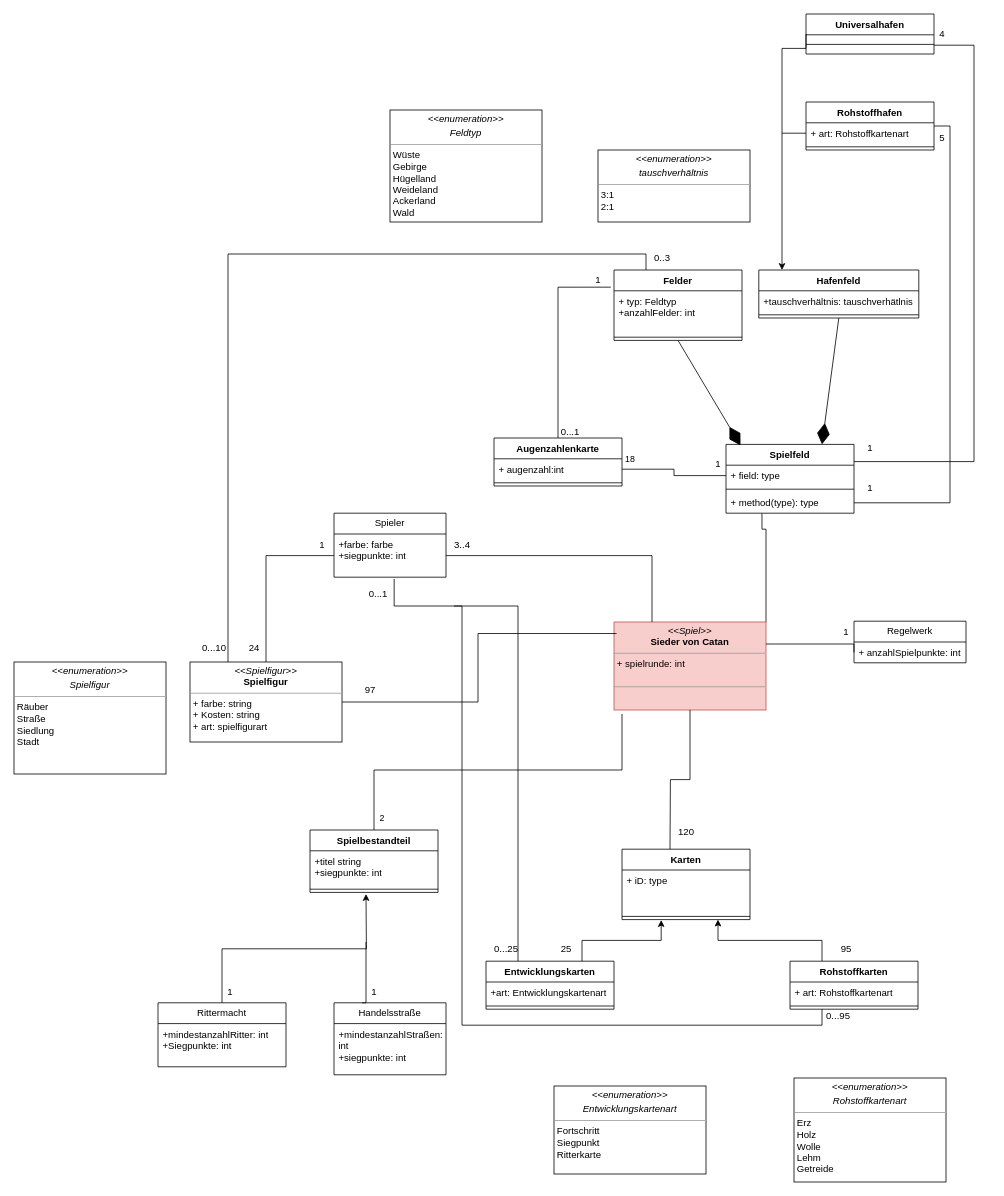
This is content/CLASS_DIAGRAM.drawio from picooo0001/die_siedler_von_catan, a draw.io file, before an edit. Source tidied: cells renumbered, new cells numbered last; positions are measured from the earlier drawing's top-left corner, leaving out a move shared by most shapes. Both pictures are drawn from the tidied source at 80%, with x=0, y=0 at pixel (14, 14).
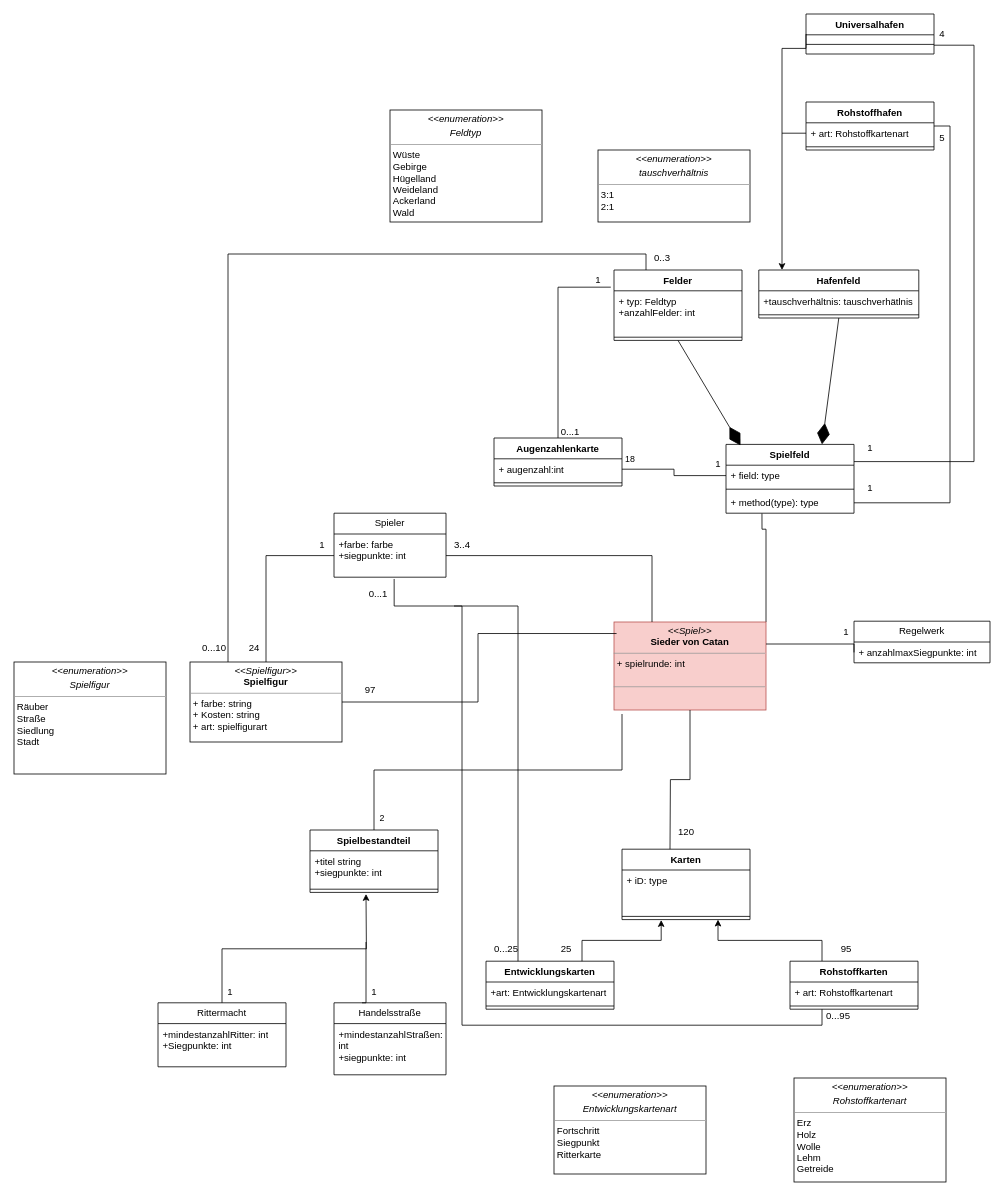
The same page after the edit.

Diff of the diagram source:
```diff
@@
     <mxCell id="67" value="Regelwerk" style="swimlane;fontStyle=0;horizontal=1;startSize=26;fillColor=none;whiteSpace=wrap;html=1;" parent="1" vertex="1">
-      <mxGeometry x="1050" y="759" width="140" height="52" as="geometry" />
+      <mxGeometry x="1050" y="759" width="170" height="52" as="geometry" />
     </mxCell>
-    <mxCell id="68" value="+ anzahlSpielpunkte: int" style="text;strokeColor=none;fillColor=none;align=left;verticalAlign=top;spacingLeft=4;spacingRight=4;overflow=hidden;points=[[0,0.5],[1,0.5]];portConstraint=eastwest;whiteSpace=wrap;html=1;" parent="67" vertex="1">
-      <mxGeometry y="26" width="140" height="26" as="geometry" />
+    <mxCell id="68" value="+ anzahlmaxSiegpunkte: int" style="text;strokeColor=none;fillColor=none;align=left;verticalAlign=top;spacingLeft=4;spacingRight=4;overflow=hidden;points=[[0,0.5],[1,0.5]];portConstraint=eastwest;whiteSpace=wrap;html=1;" parent="67" vertex="1">
+      <mxGeometry y="26" width="170" height="26" as="geometry" />
     </mxCell>
```
